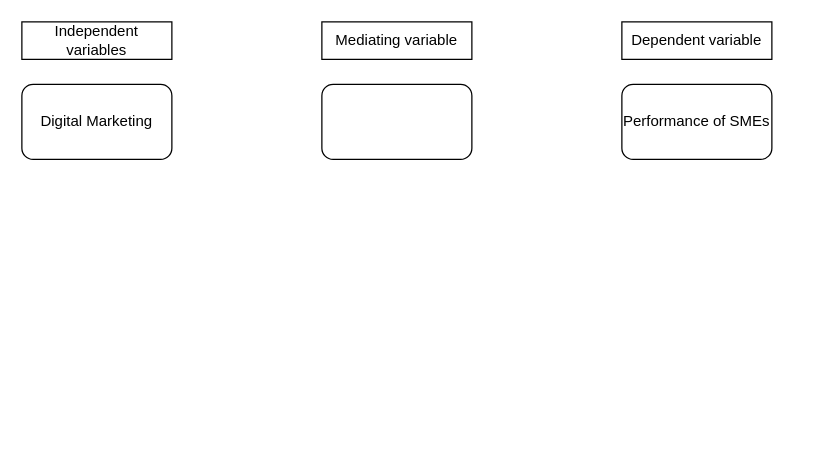
The draw.io diagram Untitled Diagram.drawio in Samrusike/TestGit, before the edit. Source tidied: cells renumbered, new cells numbered last; positions are measured from the earlier drawing's top-left corner, leaving out a move shared by most shapes. Both pictures are drawn from the tidied source at 125%, with x=0, y=0 at pixel (21, 21).
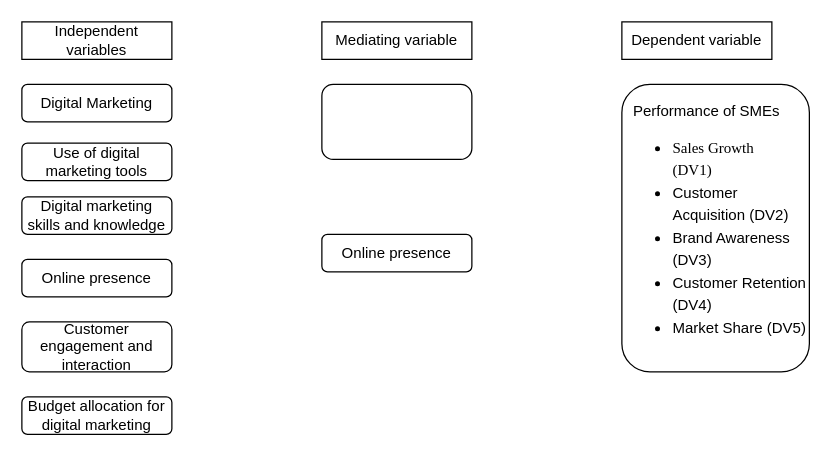
Above is the later version.

Diff of the diagram source:
```diff
@@
 <mxGraphModel>
   <root>
     <mxCell id="0" />
     <mxCell id="1" parent="0" />
-    <mxCell id="2" value="Performance of SMEs" style="rounded=1;whiteSpace=wrap;html=1;" parent="1" vertex="1">
-      <mxGeometry x="480" y="50" width="120" height="60" as="geometry" />
+    <mxCell id="2" value="Performance of SMEs&lt;span style=&quot;background-color: initial; font-family: &amp;quot;Times New Roman&amp;quot;; font-size: 7pt; text-indent: -0.25in;&quot;&gt;&amp;nbsp; &amp;nbsp; &amp;nbsp;&amp;nbsp;&lt;/span&gt;&lt;div style=&quot;&quot;&gt;&lt;p style=&quot;text-align: justify; text-indent: -0.25in; line-height: 150%;&quot; class=&quot;MsoListParagraph&quot;&gt;&lt;/p&gt;&lt;ul style=&quot;line-height: 130%;&quot;&gt;&lt;li style=&quot;text-align: left;&quot;&gt;&lt;font face=&quot;Times New Roman&quot;&gt;&lt;span style=&quot;line-height: 150%;&quot;&gt;Sales Growth (DV1)&lt;/span&gt;&lt;span style=&quot;text-indent: -0.25in; background-color: initial;&quot;&gt;&amp;nbsp;&amp;nbsp;&lt;/span&gt;&lt;/font&gt;&amp;nbsp;&lt;/li&gt;&lt;li style=&quot;text-align: left;&quot;&gt;&lt;font face=&quot;X64HokHst5-9Uktcb3Vd&quot;&gt;&lt;span style=&quot;line-height: 150%;&quot;&gt;Customer Acquisition (DV2)&lt;/span&gt;&lt;span style=&quot;text-indent: -0.25in; background-color: initial;&quot;&gt;&amp;nbsp;&lt;/span&gt;&lt;/font&gt;&lt;/li&gt;&lt;li style=&quot;text-align: left;&quot;&gt;&lt;font face=&quot;X64HokHst5-9Uktcb3Vd&quot;&gt;&lt;span style=&quot;line-height: 150%;&quot;&gt;Brand Awareness (DV3)&lt;/span&gt;&lt;span style=&quot;text-indent: -0.25in; background-color: initial;&quot;&gt;&amp;nbsp; &amp;nbsp; &amp;nbsp;&lt;/span&gt;&lt;/font&gt;&lt;/li&gt;&lt;li style=&quot;text-align: left;&quot;&gt;&lt;span style=&quot;line-height: 150%;&quot;&gt;&lt;font face=&quot;X64HokHst5-9Uktcb3Vd&quot;&gt;Customer Retention (DV4)&lt;/font&gt;&lt;/span&gt;&lt;/li&gt;&lt;li style=&quot;text-align: left;&quot;&gt;&lt;span style=&quot;line-height: 150%;&quot;&gt;&lt;font face=&quot;X64HokHst5-9Uktcb3Vd&quot;&gt;Market Share (DV5)&lt;/font&gt;&lt;/span&gt;&lt;/li&gt;&lt;/ul&gt;&lt;p&gt;&lt;/p&gt;&lt;/div&gt;" style="rounded=1;whiteSpace=wrap;html=1;" parent="1" vertex="1">
+      <mxGeometry x="480" y="50" width="150" height="230" as="geometry" />
     </mxCell>
     <mxCell id="3" value="Dependent variable" style="rounded=0;whiteSpace=wrap;html=1;" parent="1" vertex="1">
       <mxGeometry x="480" width="120" height="30" as="geometry" />
     </mxCell>
     <mxCell id="4" style="rounded=1;whiteSpace=wrap;html=1;" parent="1" vertex="1">
       <mxGeometry x="240" y="50" width="120" height="60" as="geometry" />
     </mxCell>
     <mxCell id="5" value="Mediating variable" style="rounded=0;whiteSpace=wrap;html=1;" parent="1" vertex="1">
       <mxGeometry x="240" width="120" height="30" as="geometry" />
     </mxCell>
     <mxCell id="6" value="Digital Marketing" style="rounded=1;whiteSpace=wrap;html=1;" parent="1" vertex="1">
-      <mxGeometry y="50" width="120" height="60" as="geometry" />
+      <mxGeometry y="50" width="120" height="30" as="geometry" />
     </mxCell>
     <mxCell id="7" value="Independent variables" style="rounded=0;whiteSpace=wrap;html=1;" parent="1" vertex="1">
       <mxGeometry width="120" height="30" as="geometry" />
     </mxCell>
+    <mxCell id="8" value="Online presence" style="rounded=1;whiteSpace=wrap;html=1;" parent="1" vertex="1">
+      <mxGeometry y="190" width="120" height="30" as="geometry" />
+    </mxCell>
+    <mxCell id="9" value="Use of digital marketing tools" style="rounded=1;whiteSpace=wrap;html=1;" parent="1" vertex="1">
+      <mxGeometry y="97" width="120" height="30" as="geometry" />
+    </mxCell>
+    <mxCell id="10" value="Digital marketing skills and knowledge" style="rounded=1;whiteSpace=wrap;html=1;" parent="1" vertex="1">
+      <mxGeometry y="140" width="120" height="30" as="geometry" />
+    </mxCell>
+    <mxCell id="11" value="Customer engagement and interaction" style="rounded=1;whiteSpace=wrap;html=1;" parent="1" vertex="1">
+      <mxGeometry y="240" width="120" height="40" as="geometry" />
+    </mxCell>
+    <mxCell id="12" value="Budget allocation for digital marketing" style="rounded=1;whiteSpace=wrap;html=1;" parent="1" vertex="1">
+      <mxGeometry y="300" width="120" height="30" as="geometry" />
+    </mxCell>
+    <mxCell id="13" value="Online presence" style="rounded=1;whiteSpace=wrap;html=1;" parent="1" vertex="1">
+      <mxGeometry x="240" y="170" width="120" height="30" as="geometry" />
+    </mxCell>
   </root>
 </mxGraphModel>
```
